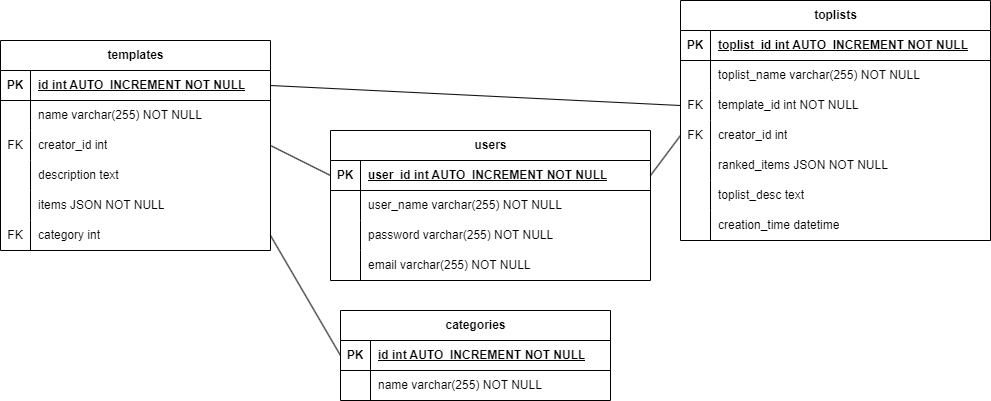
Earlier version of the draw.io export img/database.drawio.png (vuorisumu/toplist-project). Source tidied: cells renumbered, new cells last; positions are measured from the earlier drawing's top-left corner, leaving out a move shared by most shapes. Source of this version:
```xml
<mxGraphModel>
  <root>
    <mxCell id="0" />
    <mxCell id="1" parent="0" />
    <mxCell id="2" value="templates" style="shape=table;startSize=30;rowLines=0;fontStyle=1;align=center;html=1;" parent="1" vertex="1">
      <mxGeometry y="40" width="270" height="210" as="geometry" />
    </mxCell>
    <mxCell id="3" style="shape=tableRow;horizontal=0;startSize=0;swimlaneHead=0;swimlaneBody=0;fillColor=none;points=[[0,0.5],[1,0.5]];portConstraint=eastwest;top=0;left=0;right=0;bottom=1;" parent="2" vertex="1">
      <mxGeometry y="30" width="270" height="30" as="geometry" />
    </mxCell>
    <mxCell id="4" value="PK" style="shape=partialRectangle;fillColor=none;top=0;left=0;bottom=0;right=0;fontStyle=1;overflow=hidden;whiteSpace=wrap;html=1;" parent="3" vertex="1">
      <mxGeometry width="30" height="30" as="geometry" />
    </mxCell>
    <mxCell id="5" value="id int AUTO_INCREMENT NOT NULL" style="shape=partialRectangle;fillColor=none;top=0;left=0;bottom=0;right=0;align=left;spacingLeft=6;fontStyle=5;overflow=hidden;whiteSpace=wrap;html=1;" parent="3" vertex="1">
      <mxGeometry x="30" width="240" height="30" as="geometry" />
    </mxCell>
    <mxCell id="6" style="shape=tableRow;horizontal=0;startSize=0;swimlaneHead=0;swimlaneBody=0;fillColor=none;top=0;left=0;right=0;bottom=0;" parent="2" vertex="1">
      <mxGeometry y="60" width="270" height="30" as="geometry" />
    </mxCell>
    <mxCell id="7" style="shape=partialRectangle;fillColor=none;top=0;left=0;bottom=0;right=0;overflow=hidden;whiteSpace=wrap;html=1;" parent="6" vertex="1">
      <mxGeometry width="30" height="30" as="geometry" />
    </mxCell>
    <mxCell id="8" value="name varchar(255) NOT NULL" style="shape=partialRectangle;fillColor=none;top=0;left=0;bottom=0;right=0;align=left;spacingLeft=6;overflow=hidden;whiteSpace=wrap;html=1;" parent="6" vertex="1">
      <mxGeometry x="30" width="240" height="30" as="geometry" />
    </mxCell>
    <mxCell id="9" style="shape=tableRow;horizontal=0;startSize=0;swimlaneHead=0;swimlaneBody=0;fillColor=none;points=[[0,0.5],[1,0.5]];portConstraint=eastwest;top=0;left=0;right=0;bottom=0;" parent="2" vertex="1">
      <mxGeometry y="90" width="270" height="30" as="geometry" />
    </mxCell>
    <mxCell id="10" value="FK" style="shape=partialRectangle;fillColor=none;top=0;left=0;bottom=0;right=0;overflow=hidden;whiteSpace=wrap;html=1;" parent="9" vertex="1">
      <mxGeometry width="30" height="30" as="geometry" />
    </mxCell>
    <mxCell id="11" value="creator_id int" style="shape=partialRectangle;fillColor=none;top=0;left=0;bottom=0;right=0;align=left;spacingLeft=6;overflow=hidden;whiteSpace=wrap;html=1;" parent="9" vertex="1">
      <mxGeometry x="30" width="240" height="30" as="geometry" />
    </mxCell>
    <mxCell id="12" style="shape=tableRow;horizontal=0;startSize=0;swimlaneHead=0;swimlaneBody=0;fillColor=none;top=0;left=0;right=0;bottom=0;" parent="2" vertex="1">
      <mxGeometry y="120" width="270" height="30" as="geometry" />
    </mxCell>
    <mxCell id="13" style="shape=partialRectangle;fillColor=none;top=0;left=0;bottom=0;right=0;overflow=hidden;whiteSpace=wrap;html=1;" parent="12" vertex="1">
      <mxGeometry width="30" height="30" as="geometry" />
    </mxCell>
    <mxCell id="14" value="description text" style="shape=partialRectangle;fillColor=none;top=0;left=0;bottom=0;right=0;align=left;spacingLeft=6;overflow=hidden;whiteSpace=wrap;html=1;" parent="12" vertex="1">
      <mxGeometry x="30" width="240" height="30" as="geometry" />
    </mxCell>
    <mxCell id="15" style="shape=tableRow;horizontal=0;startSize=0;swimlaneHead=0;swimlaneBody=0;fillColor=none;points=[[0,0.5],[1,0.5]];portConstraint=eastwest;top=0;left=0;right=0;bottom=0;" parent="2" vertex="1">
      <mxGeometry y="150" width="270" height="30" as="geometry" />
    </mxCell>
    <mxCell id="16" style="shape=partialRectangle;fillColor=none;top=0;left=0;bottom=0;right=0;overflow=hidden;whiteSpace=wrap;html=1;" parent="15" vertex="1">
      <mxGeometry width="30" height="30" as="geometry" />
    </mxCell>
    <mxCell id="17" value="items JSON NOT NULL" style="shape=partialRectangle;fillColor=none;top=0;left=0;bottom=0;right=0;align=left;spacingLeft=6;overflow=hidden;whiteSpace=wrap;html=1;" parent="15" vertex="1">
      <mxGeometry x="30" width="240" height="30" as="geometry" />
    </mxCell>
    <mxCell id="18" style="shape=tableRow;horizontal=0;startSize=0;swimlaneHead=0;swimlaneBody=0;fillColor=none;points=[[0,0.5],[1,0.5]];portConstraint=eastwest;top=0;left=0;right=0;bottom=0;" parent="2" vertex="1">
      <mxGeometry y="180" width="270" height="30" as="geometry" />
    </mxCell>
    <mxCell id="19" value="FK" style="shape=partialRectangle;fillColor=none;top=0;left=0;bottom=0;right=0;overflow=hidden;whiteSpace=wrap;html=1;" parent="18" vertex="1">
      <mxGeometry width="30" height="30" as="geometry" />
    </mxCell>
    <mxCell id="20" value="category int" style="shape=partialRectangle;fillColor=none;top=0;left=0;bottom=0;right=0;align=left;spacingLeft=6;overflow=hidden;whiteSpace=wrap;html=1;" parent="18" vertex="1">
      <mxGeometry x="30" width="240" height="30" as="geometry" />
    </mxCell>
    <mxCell id="21" value="categories" style="shape=table;startSize=30;rowLines=0;fontStyle=1;align=center;html=1;" parent="1" vertex="1">
      <mxGeometry x="340" y="310" width="270" height="90" as="geometry" />
    </mxCell>
    <mxCell id="22" style="shape=tableRow;horizontal=0;startSize=0;swimlaneHead=0;swimlaneBody=0;fillColor=none;points=[[0,0.5],[1,0.5]];portConstraint=eastwest;top=0;left=0;right=0;bottom=1;" parent="21" vertex="1">
      <mxGeometry y="30" width="270" height="30" as="geometry" />
    </mxCell>
    <mxCell id="23" value="PK" style="shape=partialRectangle;fillColor=none;top=0;left=0;bottom=0;right=0;fontStyle=1;overflow=hidden;whiteSpace=wrap;html=1;" parent="22" vertex="1">
      <mxGeometry width="30" height="30" as="geometry" />
    </mxCell>
    <mxCell id="24" value="id int AUTO_INCREMENT NOT NULL" style="shape=partialRectangle;fillColor=none;top=0;left=0;bottom=0;right=0;align=left;spacingLeft=6;fontStyle=5;overflow=hidden;whiteSpace=wrap;html=1;" parent="22" vertex="1">
      <mxGeometry x="30" width="240" height="30" as="geometry" />
    </mxCell>
    <mxCell id="25" style="shape=tableRow;horizontal=0;startSize=0;swimlaneHead=0;swimlaneBody=0;fillColor=none;top=0;left=0;right=0;bottom=0;" parent="21" vertex="1">
      <mxGeometry y="60" width="270" height="30" as="geometry" />
    </mxCell>
    <mxCell id="26" style="shape=partialRectangle;fillColor=none;top=0;left=0;bottom=0;right=0;overflow=hidden;whiteSpace=wrap;html=1;" parent="25" vertex="1">
      <mxGeometry width="30" height="30" as="geometry" />
    </mxCell>
    <mxCell id="27" value="name varchar(255) NOT NULL" style="shape=partialRectangle;fillColor=none;top=0;left=0;bottom=0;right=0;align=left;spacingLeft=6;overflow=hidden;whiteSpace=wrap;html=1;" parent="25" vertex="1">
      <mxGeometry x="30" width="240" height="30" as="geometry" />
    </mxCell>
    <mxCell id="28" value="users" style="shape=table;startSize=30;rowLines=0;fontStyle=1;align=center;html=1;" parent="1" vertex="1">
      <mxGeometry x="330" y="130" width="320" height="150" as="geometry" />
    </mxCell>
    <mxCell id="29" style="shape=tableRow;horizontal=0;startSize=0;swimlaneHead=0;swimlaneBody=0;fillColor=none;points=[[0,0.5],[1,0.5]];portConstraint=eastwest;top=0;left=0;right=0;bottom=1;" parent="28" vertex="1">
      <mxGeometry y="30" width="320" height="30" as="geometry" />
    </mxCell>
    <mxCell id="30" value="PK" style="shape=partialRectangle;fillColor=none;top=0;left=0;bottom=0;right=0;fontStyle=1;overflow=hidden;whiteSpace=wrap;html=1;" parent="29" vertex="1">
      <mxGeometry width="30" height="30" as="geometry" />
    </mxCell>
    <mxCell id="31" value="user_id int AUTO_INCREMENT NOT NULL" style="shape=partialRectangle;fillColor=none;top=0;left=0;bottom=0;right=0;align=left;spacingLeft=6;fontStyle=5;overflow=hidden;whiteSpace=wrap;html=1;" parent="29" vertex="1">
      <mxGeometry x="30" width="290" height="30" as="geometry" />
    </mxCell>
    <mxCell id="32" style="shape=tableRow;horizontal=0;startSize=0;swimlaneHead=0;swimlaneBody=0;fillColor=none;top=0;left=0;right=0;bottom=0;" parent="28" vertex="1">
      <mxGeometry y="60" width="320" height="30" as="geometry" />
    </mxCell>
    <mxCell id="33" style="shape=partialRectangle;fillColor=none;top=0;left=0;bottom=0;right=0;overflow=hidden;whiteSpace=wrap;html=1;" parent="32" vertex="1">
      <mxGeometry width="30" height="30" as="geometry" />
    </mxCell>
    <mxCell id="34" value="user_&lt;span style=&quot;background-color: initial;&quot;&gt;name varchar(255) NOT NULL&lt;/span&gt;" style="shape=partialRectangle;fillColor=none;top=0;left=0;bottom=0;right=0;align=left;spacingLeft=6;overflow=hidden;whiteSpace=wrap;html=1;" parent="32" vertex="1">
      <mxGeometry x="30" width="290" height="30" as="geometry" />
    </mxCell>
    <mxCell id="35" style="shape=tableRow;horizontal=0;startSize=0;swimlaneHead=0;swimlaneBody=0;fillColor=none;top=0;left=0;right=0;bottom=0;" parent="28" vertex="1">
      <mxGeometry y="90" width="320" height="30" as="geometry" />
    </mxCell>
    <mxCell id="36" style="shape=partialRectangle;fillColor=none;top=0;left=0;bottom=0;right=0;overflow=hidden;whiteSpace=wrap;html=1;" parent="35" vertex="1">
      <mxGeometry width="30" height="30" as="geometry" />
    </mxCell>
    <mxCell id="37" value="password varchar(255) NOT NULL" style="shape=partialRectangle;fillColor=none;top=0;left=0;bottom=0;right=0;align=left;spacingLeft=6;overflow=hidden;whiteSpace=wrap;html=1;" parent="35" vertex="1">
      <mxGeometry x="30" width="290" height="30" as="geometry" />
    </mxCell>
    <mxCell id="38" style="shape=tableRow;horizontal=0;startSize=0;swimlaneHead=0;swimlaneBody=0;fillColor=none;top=0;left=0;right=0;bottom=0;" parent="28" vertex="1">
      <mxGeometry y="120" width="320" height="30" as="geometry" />
    </mxCell>
    <mxCell id="39" style="shape=partialRectangle;fillColor=none;top=0;left=0;bottom=0;right=0;overflow=hidden;whiteSpace=wrap;html=1;" parent="38" vertex="1">
      <mxGeometry width="30" height="30" as="geometry" />
    </mxCell>
    <mxCell id="40" value="email varchar(255) NOT NULL" style="shape=partialRectangle;fillColor=none;top=0;left=0;bottom=0;right=0;align=left;spacingLeft=6;overflow=hidden;whiteSpace=wrap;html=1;" parent="38" vertex="1">
      <mxGeometry x="30" width="290" height="30" as="geometry" />
    </mxCell>
    <mxCell id="41" style="endArrow=none;html=1;rounded=0;exitX=1;exitY=0.5;exitDx=0;exitDy=0;entryX=0;entryY=0.5;entryDx=0;entryDy=0;" parent="1" edge="1" source="9" target="29">
      <mxGeometry relative="1" as="geometry" />
    </mxCell>
    <mxCell id="42" style="endArrow=none;html=1;rounded=0;entryX=1;entryY=0.5;entryDx=0;entryDy=0;exitX=0;exitY=0.5;exitDx=0;exitDy=0;" parent="1" edge="1" source="51" target="3">
      <mxGeometry relative="1" as="geometry" />
    </mxCell>
    <mxCell id="43" style="endArrow=none;html=1;rounded=0;entryX=1;entryY=0.5;entryDx=0;entryDy=0;exitX=0;exitY=0.5;exitDx=0;exitDy=0;" parent="1" edge="1" source="54" target="29">
      <mxGeometry relative="1" as="geometry" />
    </mxCell>
    <mxCell id="44" value="toplists" style="shape=table;startSize=30;rowLines=0;fontStyle=1;align=center;html=1;" parent="1" vertex="1">
      <mxGeometry x="680" width="310" height="240" as="geometry" />
    </mxCell>
    <mxCell id="45" style="shape=tableRow;horizontal=0;startSize=0;swimlaneHead=0;swimlaneBody=0;fillColor=none;top=0;left=0;right=0;bottom=1;" parent="44" vertex="1">
      <mxGeometry y="30" width="310" height="30" as="geometry" />
    </mxCell>
    <mxCell id="46" value="PK" style="shape=partialRectangle;fillColor=none;top=0;left=0;bottom=0;right=0;fontStyle=1;overflow=hidden;whiteSpace=wrap;html=1;" parent="45" vertex="1">
      <mxGeometry width="30" height="30" as="geometry" />
    </mxCell>
    <mxCell id="47" value="toplist_id int AUTO_INCREMENT NOT NULL" style="shape=partialRectangle;fillColor=none;top=0;left=0;bottom=0;right=0;align=left;spacingLeft=6;fontStyle=5;overflow=hidden;whiteSpace=wrap;html=1;" parent="45" vertex="1">
      <mxGeometry x="30" width="280" height="30" as="geometry" />
    </mxCell>
    <mxCell id="48" style="shape=tableRow;horizontal=0;startSize=0;swimlaneHead=0;swimlaneBody=0;fillColor=none;top=0;left=0;right=0;bottom=0;" parent="44" vertex="1">
      <mxGeometry y="60" width="310" height="30" as="geometry" />
    </mxCell>
    <mxCell id="49" style="shape=partialRectangle;fillColor=none;top=0;left=0;bottom=0;right=0;overflow=hidden;whiteSpace=wrap;html=1;" parent="48" vertex="1">
      <mxGeometry width="30" height="30" as="geometry" />
    </mxCell>
    <mxCell id="50" value="toplist_name varchar(255) NOT NULL" style="shape=partialRectangle;fillColor=none;top=0;left=0;bottom=0;right=0;align=left;spacingLeft=6;overflow=hidden;whiteSpace=wrap;html=1;" parent="48" vertex="1">
      <mxGeometry x="30" width="280" height="30" as="geometry" />
    </mxCell>
    <mxCell id="51" style="shape=tableRow;horizontal=0;startSize=0;swimlaneHead=0;swimlaneBody=0;fillColor=none;points=[[0,0.5],[1,0.5]];portConstraint=eastwest;top=0;left=0;right=0;bottom=0;" parent="44" vertex="1">
      <mxGeometry y="90" width="310" height="30" as="geometry" />
    </mxCell>
    <mxCell id="52" value="FK" style="shape=partialRectangle;fillColor=none;top=0;left=0;bottom=0;right=0;overflow=hidden;whiteSpace=wrap;html=1;" parent="51" vertex="1">
      <mxGeometry width="30" height="30" as="geometry" />
    </mxCell>
    <mxCell id="53" value="template_id int NOT NULL" style="shape=partialRectangle;fillColor=none;top=0;left=0;bottom=0;right=0;align=left;spacingLeft=6;overflow=hidden;whiteSpace=wrap;html=1;" parent="51" vertex="1">
      <mxGeometry x="30" width="280" height="30" as="geometry" />
    </mxCell>
    <mxCell id="54" style="shape=tableRow;horizontal=0;startSize=0;swimlaneHead=0;swimlaneBody=0;fillColor=none;points=[[0,0.5],[1,0.5]];portConstraint=eastwest;top=0;left=0;right=0;bottom=0;" parent="44" vertex="1">
      <mxGeometry y="120" width="310" height="30" as="geometry" />
    </mxCell>
    <mxCell id="55" value="FK" style="shape=partialRectangle;fillColor=none;top=0;left=0;bottom=0;right=0;overflow=hidden;whiteSpace=wrap;html=1;" parent="54" vertex="1">
      <mxGeometry width="30" height="30" as="geometry" />
    </mxCell>
    <mxCell id="56" value="creator_id int" style="shape=partialRectangle;fillColor=none;top=0;left=0;bottom=0;right=0;align=left;spacingLeft=6;overflow=hidden;whiteSpace=wrap;html=1;" parent="54" vertex="1">
      <mxGeometry x="30" width="280" height="30" as="geometry" />
    </mxCell>
    <mxCell id="57" style="shape=tableRow;horizontal=0;startSize=0;swimlaneHead=0;swimlaneBody=0;fillColor=none;top=0;left=0;right=0;bottom=0;" parent="44" vertex="1">
      <mxGeometry y="150" width="310" height="30" as="geometry" />
    </mxCell>
    <mxCell id="58" style="shape=partialRectangle;fillColor=none;top=0;left=0;bottom=0;right=0;overflow=hidden;whiteSpace=wrap;html=1;" parent="57" vertex="1">
      <mxGeometry width="30" height="30" as="geometry" />
    </mxCell>
    <mxCell id="59" value="ranked_items JSON NOT NULL" style="shape=partialRectangle;fillColor=none;top=0;left=0;bottom=0;right=0;align=left;spacingLeft=6;overflow=hidden;whiteSpace=wrap;html=1;" parent="57" vertex="1">
      <mxGeometry x="30" width="280" height="30" as="geometry" />
    </mxCell>
    <mxCell id="60" style="shape=tableRow;horizontal=0;startSize=0;swimlaneHead=0;swimlaneBody=0;fillColor=none;top=0;left=0;right=0;bottom=0;" parent="44" vertex="1">
      <mxGeometry y="180" width="310" height="30" as="geometry" />
    </mxCell>
    <mxCell id="61" style="shape=partialRectangle;fillColor=none;top=0;left=0;bottom=0;right=0;overflow=hidden;whiteSpace=wrap;html=1;" parent="60" vertex="1">
      <mxGeometry width="30" height="30" as="geometry" />
    </mxCell>
    <mxCell id="62" value="toplist_desc text" style="shape=partialRectangle;fillColor=none;top=0;left=0;bottom=0;right=0;align=left;spacingLeft=6;overflow=hidden;whiteSpace=wrap;html=1;" parent="60" vertex="1">
      <mxGeometry x="30" width="280" height="30" as="geometry" />
    </mxCell>
    <mxCell id="63" style="shape=tableRow;horizontal=0;startSize=0;swimlaneHead=0;swimlaneBody=0;fillColor=none;top=0;left=0;right=0;bottom=0;" parent="44" vertex="1">
      <mxGeometry y="210" width="310" height="30" as="geometry" />
    </mxCell>
    <mxCell id="64" style="shape=partialRectangle;fillColor=none;top=0;left=0;bottom=0;right=0;overflow=hidden;whiteSpace=wrap;html=1;" parent="63" vertex="1">
      <mxGeometry width="30" height="30" as="geometry" />
    </mxCell>
    <mxCell id="65" value="creation_time datetime" style="shape=partialRectangle;fillColor=none;top=0;left=0;bottom=0;right=0;align=left;spacingLeft=6;overflow=hidden;whiteSpace=wrap;html=1;" parent="63" vertex="1">
      <mxGeometry x="30" width="280" height="30" as="geometry" />
    </mxCell>
    <mxCell id="66" style="endArrow=none;html=1;rounded=0;entryX=1;entryY=0.5;entryDx=0;entryDy=0;exitX=0;exitY=0.5;exitDx=0;exitDy=0;" parent="1" edge="1" source="22" target="18">
      <mxGeometry relative="1" as="geometry" />
    </mxCell>
  </root>
</mxGraphModel>
```
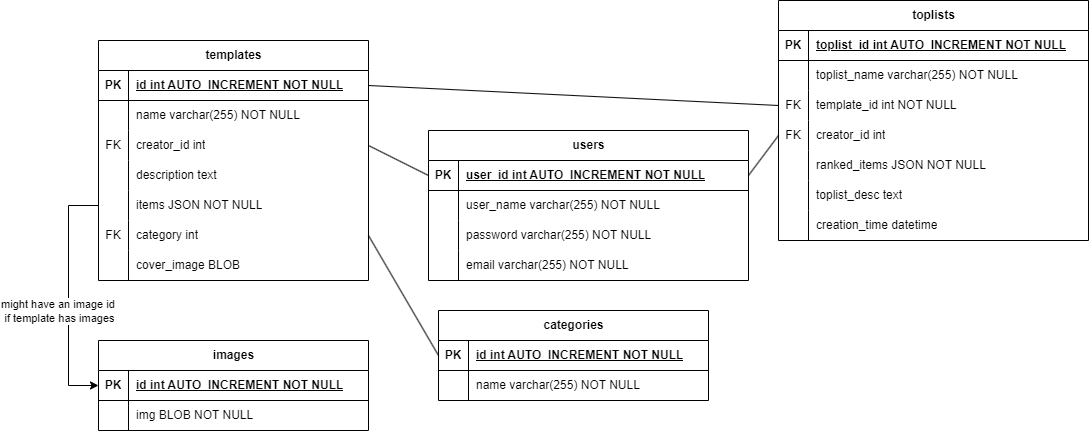
After the commit.

Change to the diagram source:
```diff
@@ -3,7 +3,7 @@
     <mxCell id="0" />
     <mxCell id="1" parent="0" />
     <mxCell id="2" value="templates" style="shape=table;startSize=30;rowLines=0;fontStyle=1;align=center;html=1;" parent="1" vertex="1">
-      <mxGeometry y="40" width="270" height="210" as="geometry" />
+      <mxGeometry y="40" width="270" height="240" as="geometry" />
     </mxCell>
     <mxCell id="3" style="shape=tableRow;horizontal=0;startSize=0;swimlaneHead=0;swimlaneBody=0;fillColor=none;points=[[0,0.5],[1,0.5]];portConstraint=eastwest;top=0;left=0;right=0;bottom=1;" parent="2" vertex="1">
       <mxGeometry y="30" width="270" height="30" as="geometry" />
@@ -59,6 +59,15 @@
     <mxCell id="20" value="category int" style="shape=partialRectangle;fillColor=none;top=0;left=0;bottom=0;right=0;align=left;spacingLeft=6;overflow=hidden;whiteSpace=wrap;html=1;" parent="18" vertex="1">
       <mxGeometry x="30" width="240" height="30" as="geometry" />
     </mxCell>
+    <mxCell id="67" style="shape=tableRow;horizontal=0;startSize=0;swimlaneHead=0;swimlaneBody=0;fillColor=none;top=0;left=0;right=0;bottom=0;" parent="2" vertex="1">
+      <mxGeometry y="210" width="270" height="30" as="geometry" />
+    </mxCell>
+    <mxCell id="68" style="shape=partialRectangle;fillColor=none;top=0;left=0;bottom=0;right=0;overflow=hidden;whiteSpace=wrap;html=1;" parent="67" vertex="1">
+      <mxGeometry width="30" height="30" as="geometry" />
+    </mxCell>
+    <mxCell id="69" value="cover_image BLOB" style="shape=partialRectangle;fillColor=none;top=0;left=0;bottom=0;right=0;align=left;spacingLeft=6;overflow=hidden;whiteSpace=wrap;html=1;" parent="67" vertex="1">
+      <mxGeometry x="30" width="240" height="30" as="geometry" />
+    </mxCell>
     <mxCell id="21" value="categories" style="shape=table;startSize=30;rowLines=0;fontStyle=1;align=center;html=1;" parent="1" vertex="1">
       <mxGeometry x="340" y="310" width="270" height="90" as="geometry" />
     </mxCell>
@@ -197,5 +206,39 @@
     <mxCell id="66" style="endArrow=none;html=1;rounded=0;entryX=1;entryY=0.5;entryDx=0;entryDy=0;exitX=0;exitY=0.5;exitDx=0;exitDy=0;" parent="1" edge="1" source="22" target="18">
       <mxGeometry relative="1" as="geometry" />
     </mxCell>
+    <mxCell id="70" value="images" style="shape=table;startSize=30;rowLines=0;fontStyle=1;align=center;html=1;" parent="1" vertex="1">
+      <mxGeometry y="340" width="270" height="90" as="geometry" />
+    </mxCell>
+    <mxCell id="71" style="shape=tableRow;horizontal=0;startSize=0;swimlaneHead=0;swimlaneBody=0;fillColor=none;points=[[0,0.5],[1,0.5]];portConstraint=eastwest;top=0;left=0;right=0;bottom=1;" parent="70" vertex="1">
+      <mxGeometry y="30" width="270" height="30" as="geometry" />
+    </mxCell>
+    <mxCell id="72" value="PK" style="shape=partialRectangle;fillColor=none;top=0;left=0;bottom=0;right=0;fontStyle=1;overflow=hidden;whiteSpace=wrap;html=1;" parent="71" vertex="1">
+      <mxGeometry width="30" height="30" as="geometry" />
+    </mxCell>
+    <mxCell id="73" value="id int AUTO_INCREMENT NOT NULL" style="shape=partialRectangle;fillColor=none;top=0;left=0;bottom=0;right=0;align=left;spacingLeft=6;fontStyle=5;overflow=hidden;whiteSpace=wrap;html=1;" parent="71" vertex="1">
+      <mxGeometry x="30" width="240" height="30" as="geometry" />
+    </mxCell>
+    <mxCell id="74" style="shape=tableRow;horizontal=0;startSize=0;swimlaneHead=0;swimlaneBody=0;fillColor=none;top=0;left=0;right=0;bottom=0;" parent="70" vertex="1">
+      <mxGeometry y="60" width="270" height="30" as="geometry" />
+    </mxCell>
+    <mxCell id="75" style="shape=partialRectangle;fillColor=none;top=0;left=0;bottom=0;right=0;overflow=hidden;whiteSpace=wrap;html=1;" parent="74" vertex="1">
+      <mxGeometry width="30" height="30" as="geometry" />
+    </mxCell>
+    <mxCell id="76" value="img BLOB NOT NULL" style="shape=partialRectangle;fillColor=none;top=0;left=0;bottom=0;right=0;align=left;spacingLeft=6;overflow=hidden;whiteSpace=wrap;html=1;" parent="74" vertex="1">
+      <mxGeometry x="30" width="240" height="30" as="geometry" />
+    </mxCell>
+    <mxCell id="77" style="edgeStyle=orthogonalEdgeStyle;rounded=0;jettySize=auto;html=1;" parent="1" edge="1" source="15" target="71">
+      <mxGeometry relative="1" as="geometry">
+        <Array as="points">
+          <mxPoint x="-30" y="205" />
+          <mxPoint x="-30" y="385" />
+        </Array>
+      </mxGeometry>
+    </mxCell>
+    <mxCell id="78" value="might have an image id&amp;nbsp;&lt;div&gt;if template has images&lt;/div&gt;" style="edgeLabel;html=1;align=center;verticalAlign=middle;" parent="77" vertex="1">
+      <mxGeometry x="0.07" y="-1" relative="1" as="geometry">
+        <mxPoint x="-9" y="7" as="offset" />
+      </mxGeometry>
+    </mxCell>
   </root>
 </mxGraphModel>
```
